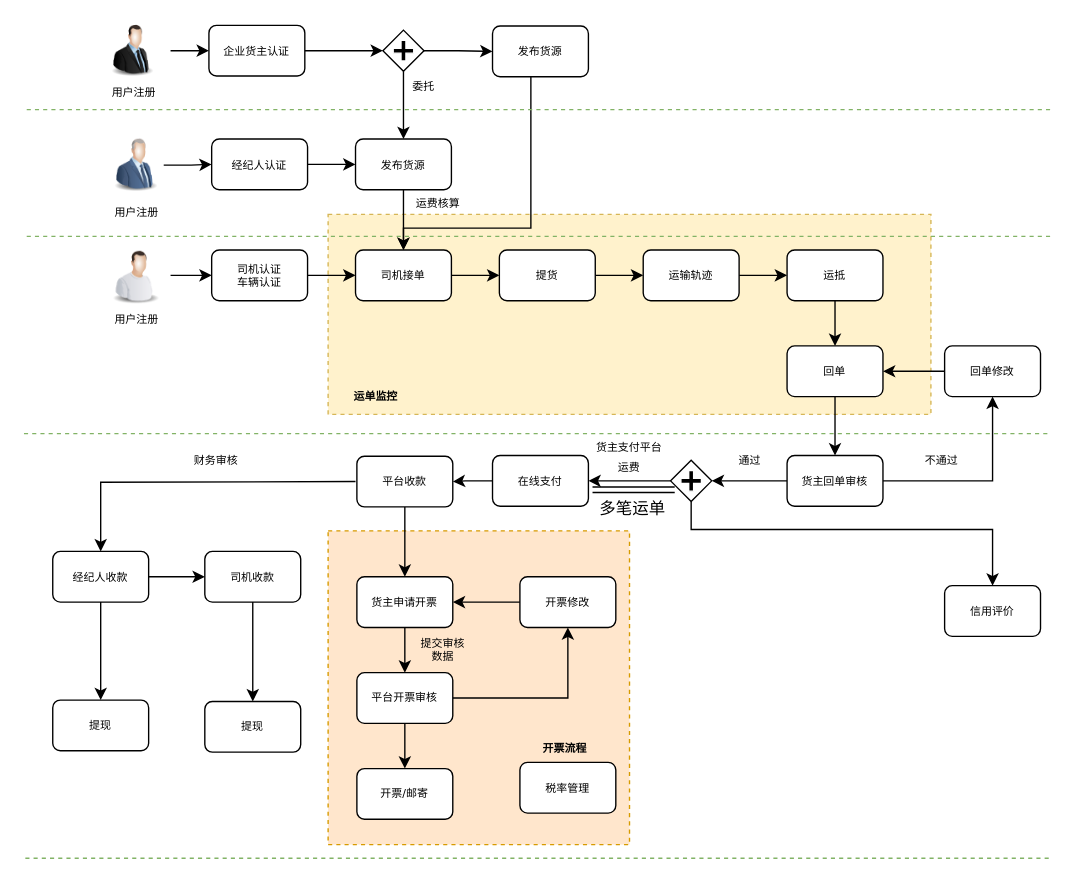
Above: 业务流程表单.drawio in chenyibang/rdpwrap (draw.io), before the change. Source tidied: cells renumbered, new cells numbered last; positions are measured from the earlier drawing's top-left corner, leaving out a move shared by most shapes. Both pictures are drawn from the tidied source at 137%, with x=0, y=0 at pixel (23, 23).
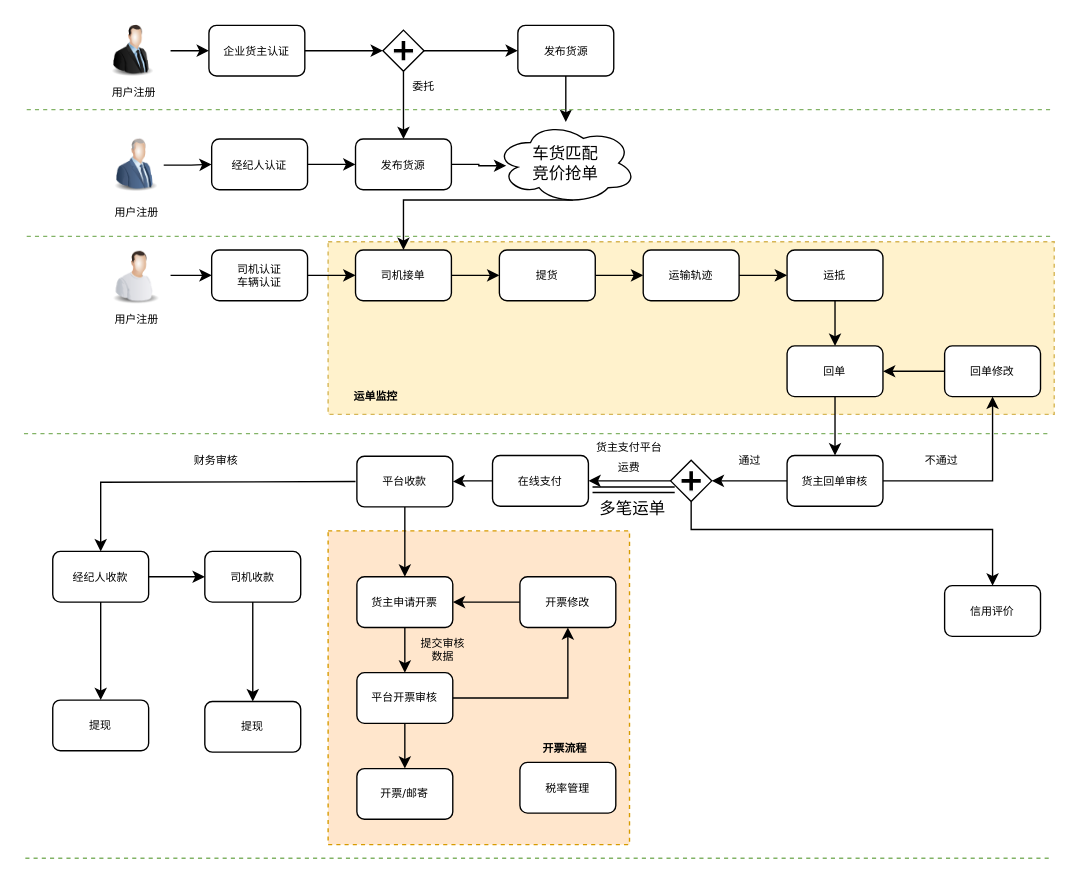
The same diagram, later.

Commit message:
更新业务流程表单.drawio

Unchanged cells that the change refers to:
```xml
<mxCell id="5" value="司机接单" style="rounded=1;whiteSpace=wrap;html=1;shadow=0;labelBackgroundColor=none;strokeWidth=1;fontFamily=Verdana;fontSize=8;align=center;" parent="1" vertex="1">
  <mxGeometry x="242" y="165" width="70" height="37" as="geometry" />
</mxCell>
<mxCell id="34" value="发布货源" style="rounded=1;whiteSpace=wrap;html=1;shadow=0;labelBackgroundColor=none;strokeWidth=1;fontFamily=Verdana;fontSize=8;align=center;" parent="1" vertex="1">
  <mxGeometry x="242" y="84" width="70" height="37" as="geometry" />
</mxCell>
```

Change to the diagram source:
```diff
@@
     <mxCell id="3" style="rounded=0;whiteSpace=wrap;html=1;shadow=0;strokeWidth=1;fontFamily=Verdana;fontSize=8;dashed=1;fillColor=#fff2cc;strokeColor=#d6b656;" parent="1" vertex="1">
-      <mxGeometry x="222" y="139" width="440" height="146" as="geometry" />
+      <mxGeometry x="222" y="159" width="530" height="126" as="geometry" />
     </mxCell>
@@
-    <mxCell id="33" style="edgeStyle=orthogonalEdgeStyle;rounded=0;jettySize=auto;html=1;entryX=0.5;entryY=0;entryDx=0;entryDy=0;" parent="1" edge="1" source="34" target="5">
+    <mxCell id="33" style="edgeStyle=orthogonalEdgeStyle;rounded=0;jettySize=auto;html=1;entryX=0.078;entryY=0.533;entryDx=0;entryDy=0;entryPerimeter=0;" parent="1" edge="1" source="34" target="80">
       <mxGeometry relative="1" as="geometry" />
     </mxCell>
@@
-    <mxCell id="60" style="edgeStyle=orthogonalEdgeStyle;rounded=0;jettySize=auto;html=1;entryX=0.5;entryY=0;entryDx=0;entryDy=0;fontFamily=Verdana;fontSize=8;" parent="1" edge="1" source="61" target="5">
-      <mxGeometry relative="1" as="geometry">
-        <Array as="points">
-          <mxPoint x="370" y="149" />
-          <mxPoint x="277" y="149" />
-        </Array>
-      </mxGeometry>
-    </mxCell>
+    <mxCell id="78" style="edgeStyle=orthogonalEdgeStyle;rounded=0;jettySize=auto;html=1;" parent="1" edge="1" source="61" target="80">
+      <mxGeometry relative="1" as="geometry" />
+    </mxCell>
     <mxCell id="61" value="发布货源" style="rounded=1;whiteSpace=wrap;html=1;shadow=0;labelBackgroundColor=none;strokeWidth=1;fontFamily=Verdana;fontSize=8;align=center;" parent="1" vertex="1">
-      <mxGeometry x="342" y="1.5" width="70" height="37" as="geometry" />
+      <mxGeometry x="360.5" y="1" width="70" height="37" as="geometry" />
     </mxCell>
@@
-    <mxCell id="75" value="运费核算" style="text;html=1;strokeColor=none;fillColor=none;align=center;verticalAlign=middle;whiteSpace=wrap;rounded=0;shadow=0;dashed=1;fontFamily=Verdana;fontSize=8;" parent="1" vertex="1">
-      <mxGeometry x="270" y="121" width="65" height="20" as="geometry" />
-    </mxCell>
@@
+    <mxCell id="79" style="edgeStyle=orthogonalEdgeStyle;rounded=0;jettySize=auto;html=1;entryX=0.5;entryY=0;entryDx=0;entryDy=0;exitX=0.55;exitY=0.95;exitDx=0;exitDy=0;exitPerimeter=0;" parent="1" edge="1" source="80" target="5">
+      <mxGeometry relative="1" as="geometry">
+        <Array as="points">
+          <mxPoint x="277" y="129" />
+        </Array>
+      </mxGeometry>
+    </mxCell>
+    <mxCell id="80" value="车货匹配&lt;br&gt;竞价抢单" style="ellipse;shape=cloud;whiteSpace=wrap;html=1;" parent="1" vertex="1">
+      <mxGeometry x="344" y="71.5" width="103" height="60" as="geometry" />
+    </mxCell>
```
